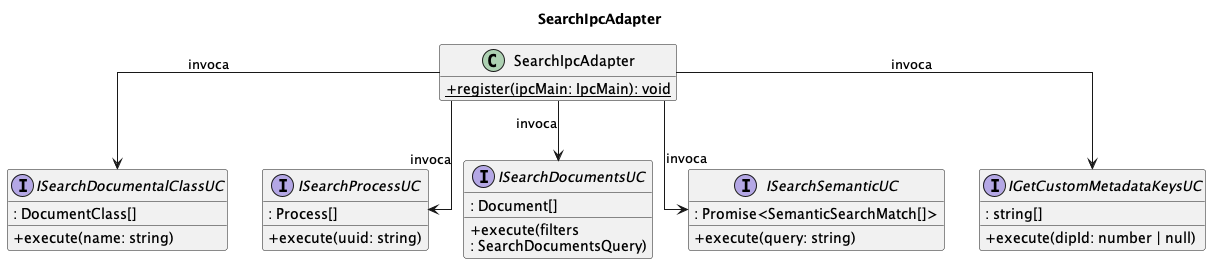
Above: out/3_PB/DocumentiEsterni/DiagrammiSpecificaTecnica/C4/C4_backend_Search/C4_backend_Search.png in 7-ZPUs/Docs (PlantUML), before the change. Its diagram source:
```plantuml
@startuml
title SearchIpcAdapter

skinparam classAttributeIconSize 0
skinparam linetype ortho
hide empty members

class SearchIpcAdapter {
    + {static} register(ipcMain: IpcMain): void
}

interface ISearchDocumentalClassUC {
    + execute(name: string)
    : DocumentClass[]
}
interface ISearchProcessUC {
    + execute(uuid: string)
    : Process[]
}
interface ISearchDocumentsUC {
    + execute(filters
    : SearchDocumentsQuery)
    : Document[]
}
interface ISearchSemanticUC {
    + execute(query: string)
    : Promise<SemanticSearchMatch[]>
}
interface IGetCustomMetadataKeysUC {
    + execute(dipId: number | null)
    : string[]
}

SearchIpcAdapter --> ISearchDocumentalClassUC : invoca
SearchIpcAdapter --> ISearchProcessUC         : invoca
SearchIpcAdapter --> ISearchDocumentsUC       : invoca
SearchIpcAdapter --> ISearchSemanticUC        : invoca
SearchIpcAdapter --> IGetCustomMetadataKeysUC : invoca

@enduml
```
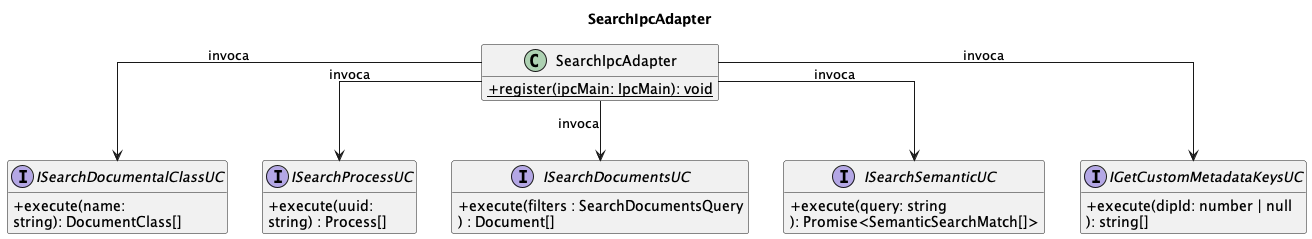
Later version of the same file.

Commit message:
Corretti diagrammi search

The edit, as a diff of the source:
```diff
@@ -10,25 +10,24 @@
 }
 
 interface ISearchDocumentalClassUC {
-    + execute(name: string)
-    : DocumentClass[]
+    + execute(name:
+    string): DocumentClass[]
 }
 interface ISearchProcessUC {
-    + execute(uuid: string)
-    : Process[]
+    + execute(uuid:
+    string) : Process[]
 }
 interface ISearchDocumentsUC {
-    + execute(filters
-    : SearchDocumentsQuery)
-    : Document[]
+    + execute(filters : SearchDocumentsQuery
+    ) : Document[]
 }
 interface ISearchSemanticUC {
-    + execute(query: string)
-    : Promise<SemanticSearchMatch[]>
+    + execute(query: string
+    ): Promise<SemanticSearchMatch[]>
 }
 interface IGetCustomMetadataKeysUC {
-    + execute(dipId: number | null)
-    : string[]
+    + execute(dipId: number | null
+    ): string[]
 }
 
 SearchIpcAdapter --> ISearchDocumentalClassUC : invoca
```
